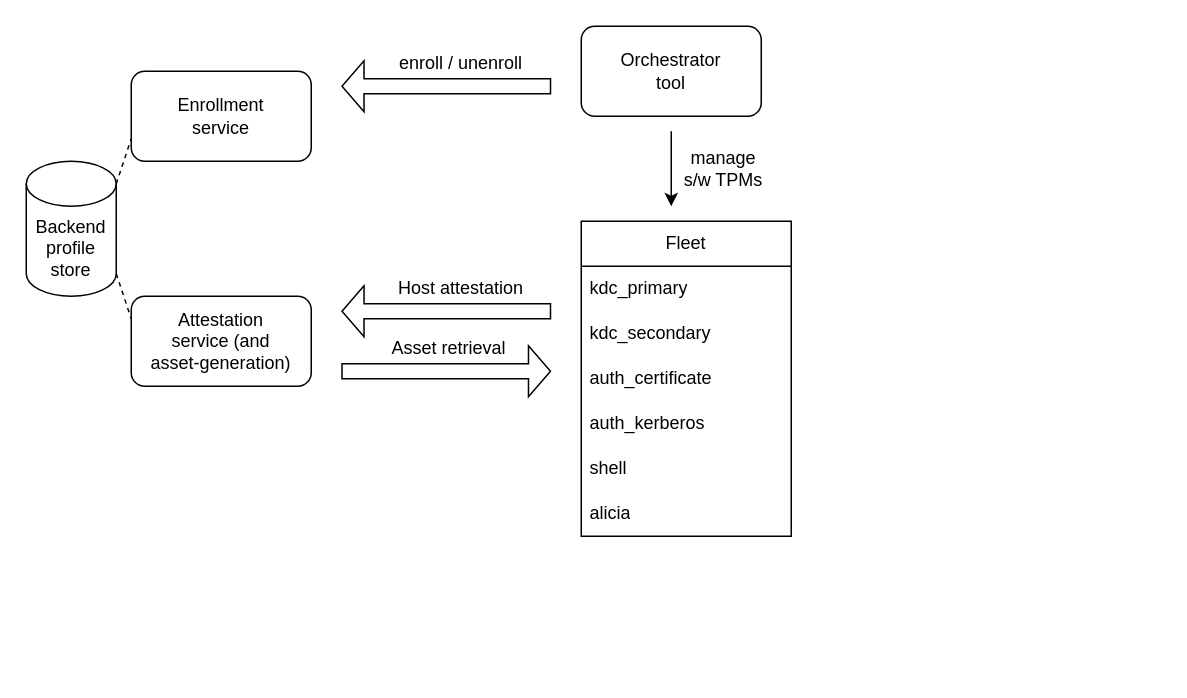
geoffthorpe/newhcp keeps this draw.io diagram as doc/HCP.drawio. Above is the earlier version. Source tidied: cells renumbered, new cells numbered last; positions are measured from the earlier drawing's top-left corner, leaving out a move shared by most shapes. Both pictures are drawn from the tidied source at 150%, with x=0, y=0 at pixel (26, 26). Pictures stored in the file or linked from it are replaced by grey dashed boxes.
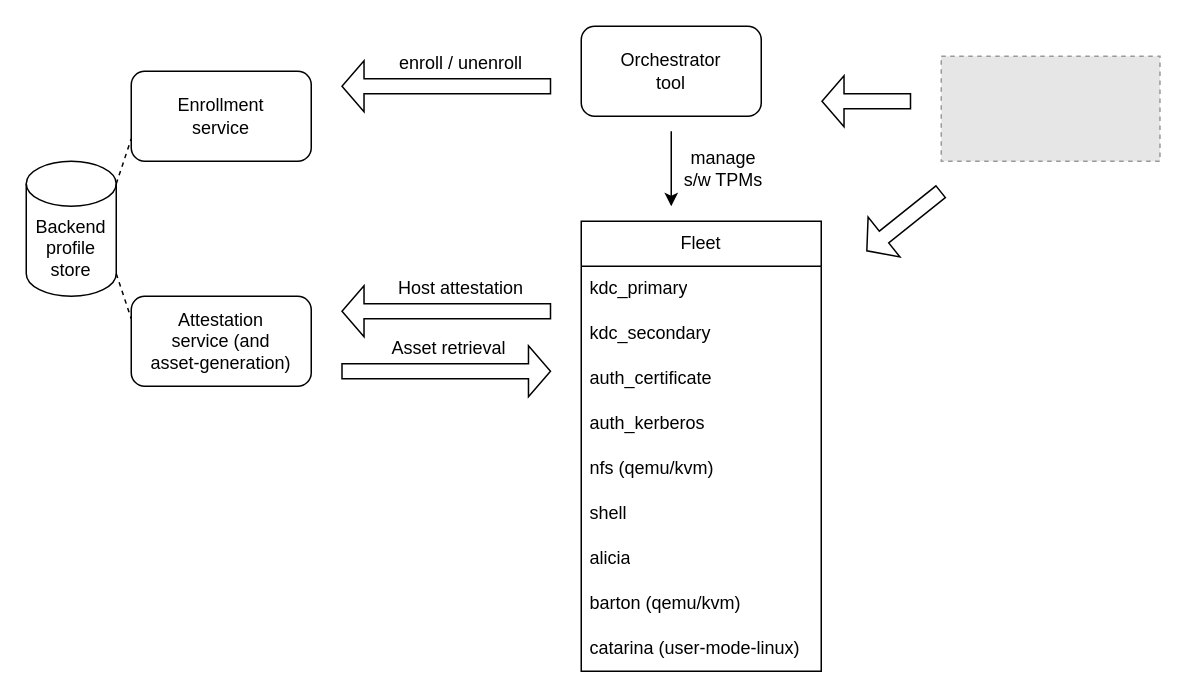
After the change.

Commit message (it also covers changes not shown here):
doc: update the HCP usecase diagram

The edit, as a diff of the source:
```diff
@@
     <mxCell id="2" value="Fleet" style="swimlane;fontStyle=0;horizontal=1;startSize=30;whiteSpace=wrap;html=1;" parent="1" vertex="1">
-      <mxGeometry x="370" y="130" width="140" height="210" as="geometry" />
+      <mxGeometry x="370" y="130" width="160" height="300" as="geometry" />
     </mxCell>
     <mxCell id="3" value="kdc_primary" style="text;strokeColor=none;fillColor=none;align=left;verticalAlign=middle;spacingLeft=4;spacingRight=4;overflow=hidden;whiteSpace=wrap;html=1;" parent="2" vertex="1">
-      <mxGeometry y="30" width="140" height="30" as="geometry" />
+      <mxGeometry y="30" width="160" height="30" as="geometry" />
     </mxCell>
     <mxCell id="4" value="kdc_secondary" style="text;strokeColor=none;fillColor=none;align=left;verticalAlign=middle;spacingLeft=4;spacingRight=4;overflow=hidden;whiteSpace=wrap;html=1;" parent="2" vertex="1">
-      <mxGeometry y="60" width="140" height="30" as="geometry" />
+      <mxGeometry y="60" width="160" height="30" as="geometry" />
     </mxCell>
     <mxCell id="5" value="auth_certificate" style="text;strokeColor=none;fillColor=none;align=left;verticalAlign=middle;spacingLeft=4;spacingRight=4;overflow=hidden;whiteSpace=wrap;html=1;" parent="2" vertex="1">
-      <mxGeometry y="90" width="140" height="30" as="geometry" />
+      <mxGeometry y="90" width="160" height="30" as="geometry" />
     </mxCell>
     <mxCell id="6" value="auth_kerberos" style="text;strokeColor=none;fillColor=none;align=left;verticalAlign=middle;spacingLeft=4;spacingRight=4;overflow=hidden;whiteSpace=wrap;html=1;" parent="2" vertex="1">
-      <mxGeometry y="120" width="140" height="30" as="geometry" />
+      <mxGeometry y="120" width="160" height="30" as="geometry" />
     </mxCell>
+    <mxCell id="26" value="nfs (qemu/kvm)" style="text;strokeColor=none;fillColor=none;align=left;verticalAlign=middle;spacingLeft=4;spacingRight=4;overflow=hidden;whiteSpace=wrap;html=1;" parent="2" vertex="1">
+      <mxGeometry y="150" width="160" height="30" as="geometry" />
+    </mxCell>
     <mxCell id="7" value="shell" style="text;strokeColor=none;fillColor=none;align=left;verticalAlign=middle;spacingLeft=4;spacingRight=4;overflow=hidden;whiteSpace=wrap;html=1;" parent="2" vertex="1">
-      <mxGeometry y="150" width="140" height="30" as="geometry" />
+      <mxGeometry y="180" width="160" height="30" as="geometry" />
     </mxCell>
+    <mxCell id="27" value="alicia" style="text;strokeColor=none;fillColor=none;align=left;verticalAlign=middle;spacingLeft=4;spacingRight=4;overflow=hidden;whiteSpace=wrap;html=1;" parent="2" vertex="1">
+      <mxGeometry y="210" width="160" height="30" as="geometry" />
+    </mxCell>
+    <mxCell id="28" value="barton (qemu/kvm)" style="text;strokeColor=none;fillColor=none;align=left;verticalAlign=middle;spacingLeft=4;spacingRight=4;overflow=hidden;whiteSpace=wrap;html=1;" parent="2" vertex="1">
+      <mxGeometry y="240" width="160" height="30" as="geometry" />
+    </mxCell>
-    <mxCell id="8" value="alicia" style="text;strokeColor=none;fillColor=none;align=left;verticalAlign=middle;spacingLeft=4;spacingRight=4;overflow=hidden;whiteSpace=wrap;html=1;" parent="2" vertex="1">
-      <mxGeometry y="180" width="140" height="30" as="geometry" />
+    <mxCell id="8" value="catarina (user-mode-linux)" style="text;strokeColor=none;fillColor=none;align=left;verticalAlign=middle;spacingLeft=4;spacingRight=4;overflow=hidden;whiteSpace=wrap;html=1;" parent="2" vertex="1">
+      <mxGeometry y="270" width="160" height="30" as="geometry" />
     </mxCell>
@@
-    <mxCell id="21" style="group;" parent="1" vertex="1">
-      <mxGeometry x="210" y="10" width="140" height="30" as="geometry" />
-    </mxCell>
+    <mxCell id="24" style="endArrow=classic;html=1;rounded=0;" parent="1" edge="1">
+      <mxGeometry relative="1" as="geometry">
+        <mxPoint x="430" y="70" as="sourcePoint" />
+        <mxPoint x="430" y="120" as="targetPoint" />
+      </mxGeometry>
+    </mxCell>
+    <mxCell id="25" value="manage&lt;br&gt;s/w TPMs" style="text;html=1;align=center;verticalAlign=middle;whiteSpace=wrap;rounded=0;" parent="1" vertex="1">
+      <mxGeometry x="430" y="80" width="70" height="30" as="geometry" />
+    </mxCell>
+    <mxCell id="29" style="fillColor=#E6E6E6;strokeColor=#999999;dashed=1;" parent="1" vertex="1">
+      <mxGeometry x="610" y="20" width="145.8" height="70" as="geometry" />
+    </mxCell>
-    <mxCell id="22" style="shape=flexArrow;endArrow=classic;html=1;rounded=0;endWidth=23;endSize=4.56;" parent="21" edge="1">
+    <mxCell id="22" style="shape=flexArrow;endArrow=classic;html=1;rounded=0;endWidth=23;endSize=4.56;" parent="1" edge="1">
       <mxGeometry relative="1" as="geometry">
-        <mxPoint x="140" y="30" as="sourcePoint" />
-        <mxPoint y="30" as="targetPoint" />
+        <mxPoint x="350" y="40" as="sourcePoint" />
+        <mxPoint x="210" y="40" as="targetPoint" />
       </mxGeometry>
     </mxCell>
-    <mxCell id="23" value="enroll / unenroll" style="text;html=1;align=center;verticalAlign=middle;whiteSpace=wrap;rounded=0;" parent="21" vertex="1">
-      <mxGeometry x="30" width="100" height="30" as="geometry" />
+    <mxCell id="23" value="enroll / unenroll" style="text;html=1;align=center;verticalAlign=middle;whiteSpace=wrap;rounded=0;" parent="1" vertex="1">
+      <mxGeometry x="240" y="10" width="100" height="30" as="geometry" />
     </mxCell>
-    <mxCell id="24" style="endArrow=classic;html=1;rounded=0;" parent="1" edge="1">
-      <mxGeometry relative="1" as="geometry">
-        <mxPoint x="430" y="70" as="sourcePoint" />
-        <mxPoint x="430" y="120" as="targetPoint" />
-      </mxGeometry>
-    </mxCell>
-    <mxCell id="25" value="manage&lt;br&gt;s/w TPMs" style="text;html=1;align=center;verticalAlign=middle;whiteSpace=wrap;rounded=0;" parent="1" vertex="1">
-      <mxGeometry x="430" y="80" width="70" height="30" as="geometry" />
-    </mxCell>
+    <mxCell id="30" style="shape=flexArrow;endArrow=classic;html=1;rounded=0;endWidth=23;endSize=4.56;" parent="1" edge="1">
+      <mxGeometry relative="1" as="geometry">
+        <mxPoint x="590" y="50" as="sourcePoint" />
+        <mxPoint x="530" y="50" as="targetPoint" />
+      </mxGeometry>
+    </mxCell>
+    <mxCell id="31" style="shape=flexArrow;endArrow=classic;html=1;rounded=0;endWidth=23;endSize=4.56;" parent="1" edge="1">
+      <mxGeometry relative="1" as="geometry">
+        <mxPoint x="610" y="110" as="sourcePoint" />
+        <mxPoint x="560" y="150" as="targetPoint" />
+      </mxGeometry>
+    </mxCell>
```
